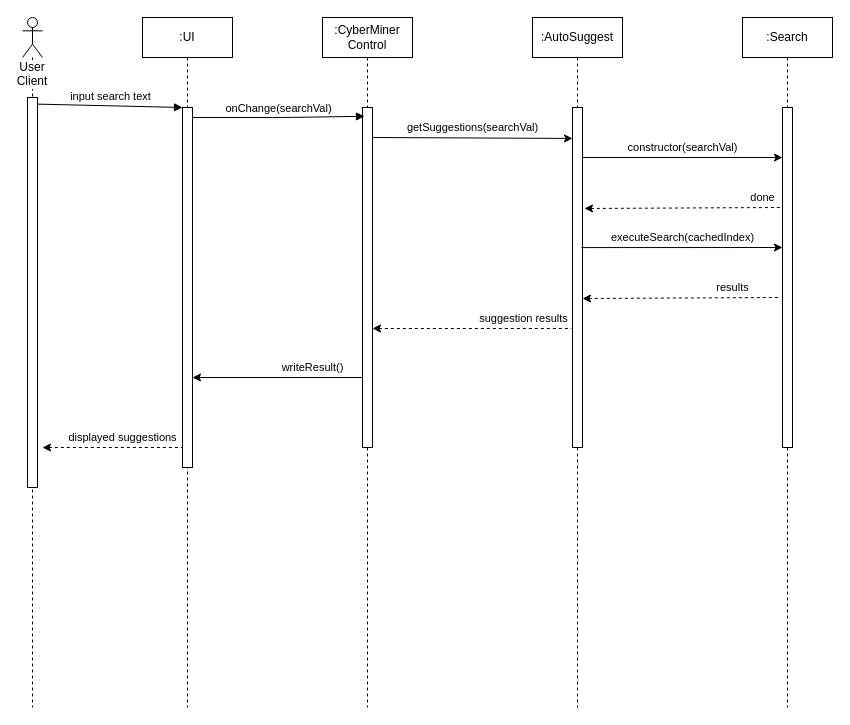
This is To-Do List Builder/cyberminer_sequence_autosuggest.drawio from kntnguyen94/To-Do-List-Builder, a draw.io file, before an edit. Source tidied: cells renumbered, new cells numbered last; positions are measured from the earlier drawing's top-left corner, leaving out a move shared by most shapes. Both pictures are drawn from the tidied source at 100%, with x=0, y=0 at pixel (22, 17).
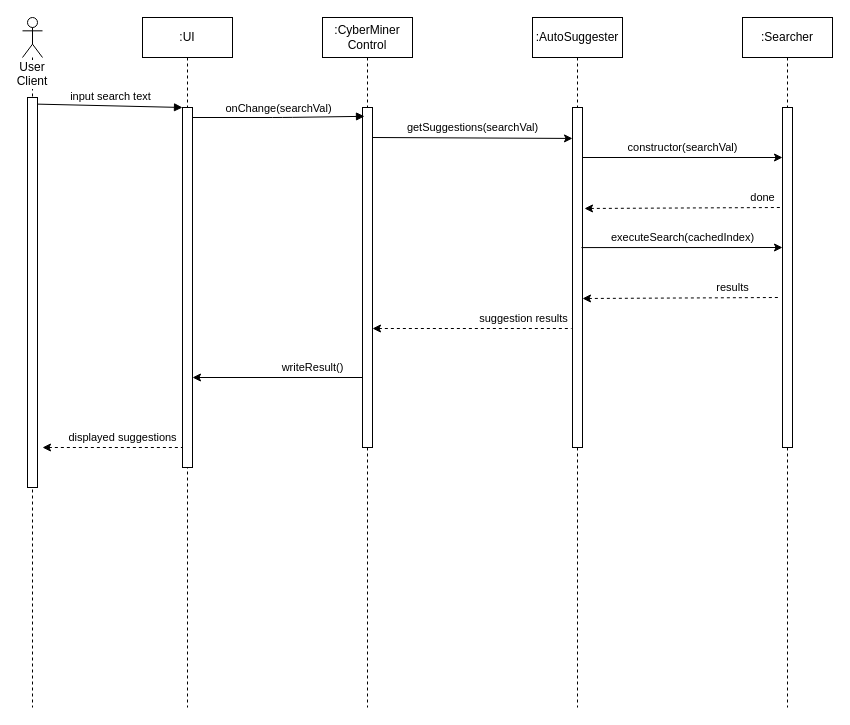
After the change.

The edit, as a diff of the source:
```diff
@@
-    <mxCell id="10" value=":AutoSuggest" style="shape=umlLifeline;perimeter=lifelinePerimeter;whiteSpace=wrap;html=1;" parent="1" vertex="1">
+    <mxCell id="10" value=":AutoSuggester" style="shape=umlLifeline;perimeter=lifelinePerimeter;whiteSpace=wrap;html=1;" parent="1" vertex="1">
       <mxGeometry x="510" width="90" height="690" as="geometry" />
     </mxCell>
@@
-    <mxCell id="14" value=":Search" style="shape=umlLifeline;perimeter=lifelinePerimeter;whiteSpace=wrap;html=1;" parent="1" vertex="1">
+    <mxCell id="14" value=":Searcher" style="shape=umlLifeline;perimeter=lifelinePerimeter;whiteSpace=wrap;html=1;" parent="1" vertex="1">
       <mxGeometry x="720" width="90" height="690" as="geometry" />
     </mxCell>
```
